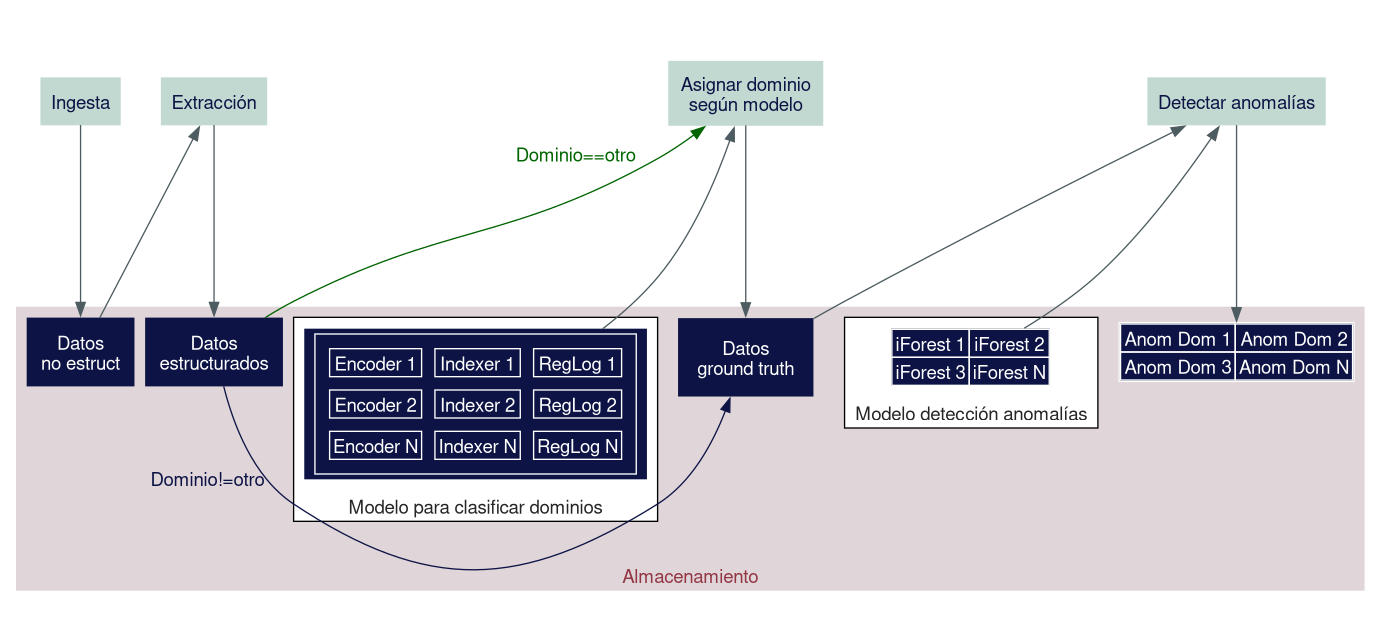
This is 4_sem/thesis/s20_final/gviz/arq_prod.png from mitsiu-carreno/data_science_content, a Graphviz export, as it was before one commit. Its source is kept beside it as 4_sem/thesis/s20_final/gviz/arq_prod.gv.
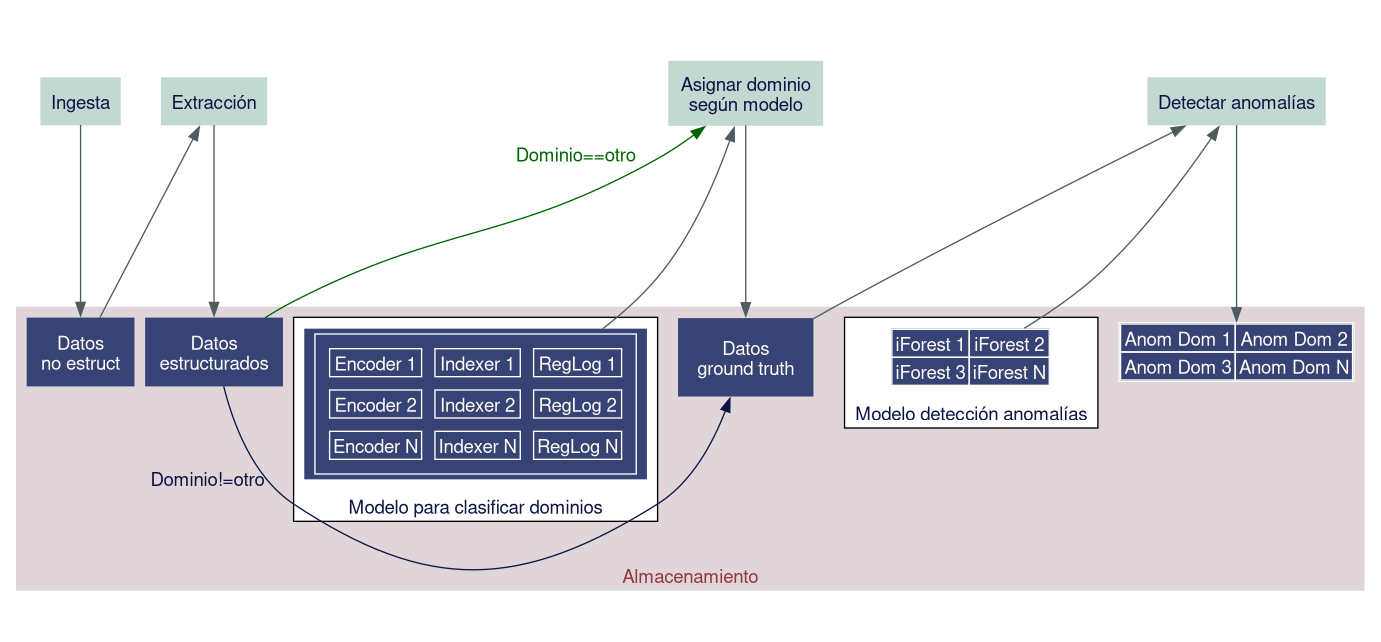
After the commit.

Change to the diagram source:
```diff
@@ -28,7 +28,7 @@
     fontcolor="#933643"
     labelloc="bottom"
 
-    node [fillcolor="#0d1445", fontcolor="white"]
+    node [fillcolor="#374375", fontcolor="#fffcf5"]
 
     no_estrct [label="Datos\nno estruct", margin=0.15];
     estruct [label="Datos\nestructurados", margin=0.15];
@@ -37,7 +37,7 @@
       penwidth=1
       bgcolor = white;
       label="Modelo para clasificar dominios"
-      fontcolor="#262628"
+      fontcolor="#0d1445"
       labelloc="bottom"
 
       classif [
@@ -57,7 +57,7 @@
       penwidth=1
       bgcolor= white;
       label="Modelo detección anomalías"
-      fontcolor="#262628"
+      fontcolor="#0d1445"
       labelloc="bottom"
 
       iforest[
```
